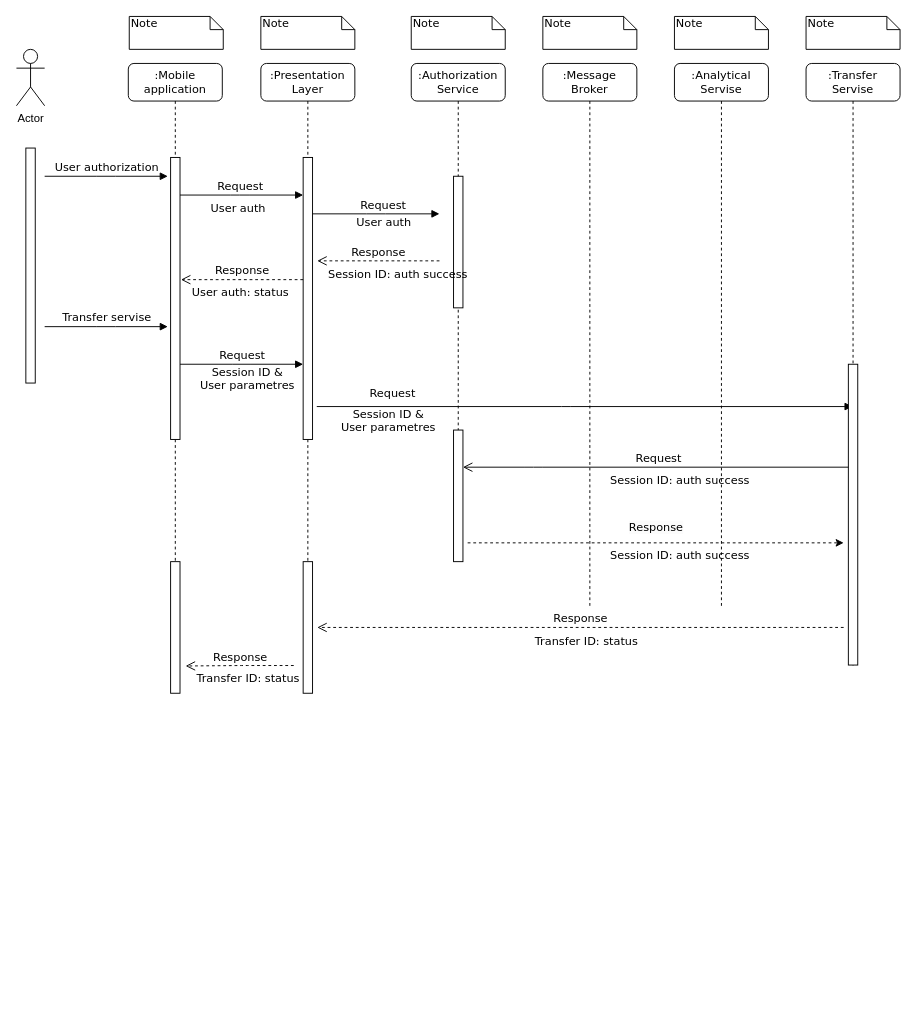
This is page "Sequence Diagram" (1 of 2) of Диаграмма без названия.drawio from baldalerie/-, a draw.io file, before an edit. Source tidied: cells renumbered, new cells numbered last; positions are measured from the earlier drawing's top-left corner, leaving out a move shared by most shapes. Both pictures are drawn from the tidied source at 94%, with x=0, y=0 at pixel (16, 16).
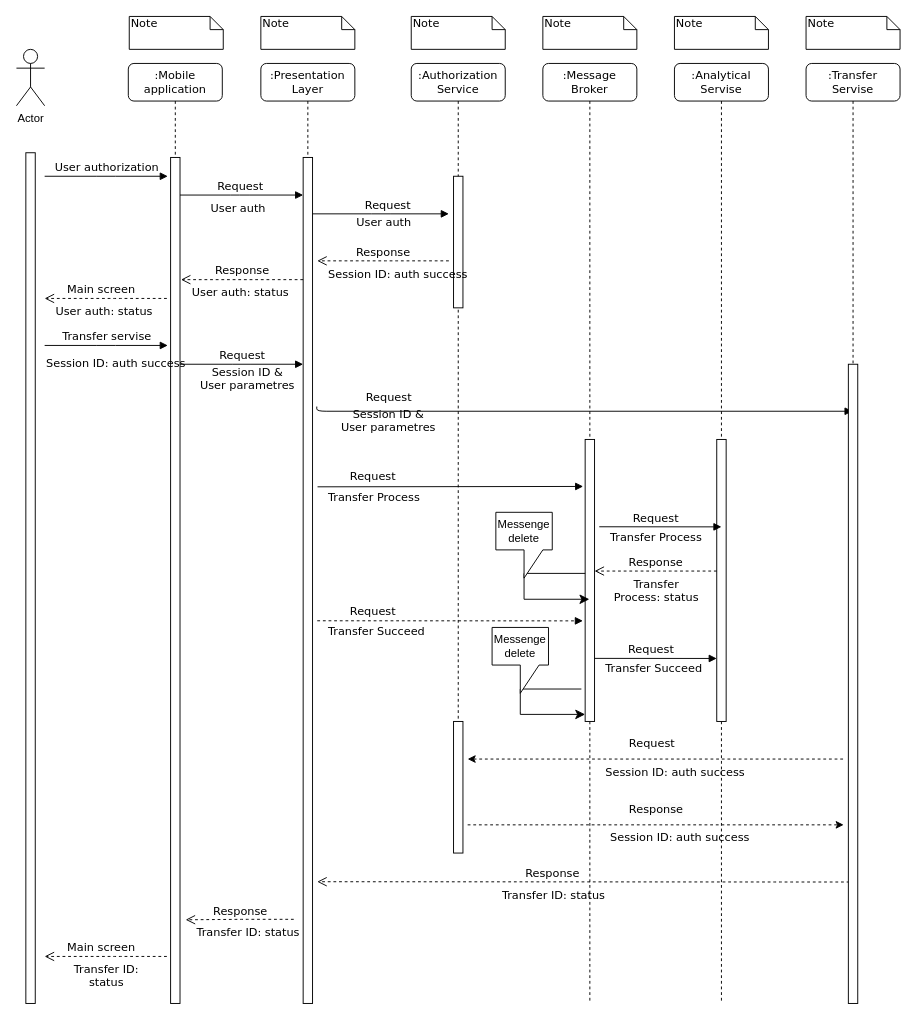
Above is the later version.

Change to the diagram source:
```diff
@@
     <mxCell id="2" value=":Presentation Layer" style="shape=umlLifeline;perimeter=lifelinePerimeter;whiteSpace=wrap;html=1;rounded=1;shadow=0;comic=0;labelBackgroundColor=none;strokeWidth=1;fontFamily=Verdana;fontSize=12;align=center;" parent="1" vertex="1">
-      <mxGeometry x="260" y="50" width="100" height="670" as="geometry" />
+      <mxGeometry x="260" y="50" width="100" height="1000" as="geometry" />
     </mxCell>
     <mxCell id="3" style="html=1;perimeter=orthogonalPerimeter;rounded=0;shadow=0;comic=0;labelBackgroundColor=none;strokeWidth=1;fontFamily=Verdana;fontSize=12;align=center;" parent="2" vertex="1">
-      <mxGeometry x="45" y="100" width="10" height="300" as="geometry" />
+      <mxGeometry x="45" y="100" width="10" height="900" as="geometry" />
     </mxCell>
@@
-    <mxCell id="8" style="html=1;perimeter=orthogonalPerimeter;rounded=0;shadow=0;comic=0;labelBackgroundColor=none;strokeWidth=1;fontFamily=Verdana;fontSize=12;align=center;" parent="2" vertex="1">
-      <mxGeometry x="45" y="530" width="10" height="140" as="geometry" />
-    </mxCell>
     <mxCell id="9" value=":Authorization Service" style="shape=umlLifeline;perimeter=lifelinePerimeter;whiteSpace=wrap;html=1;rounded=1;shadow=0;comic=0;labelBackgroundColor=none;strokeWidth=1;fontFamily=Verdana;fontSize=12;align=center;" parent="1" vertex="1">
-      <mxGeometry x="420" y="50" width="100" height="530" as="geometry" />
+      <mxGeometry x="420" y="50" width="100" height="830" as="geometry" />
     </mxCell>
@@
     <mxCell id="11" value="Response" style="html=1;verticalAlign=bottom;endArrow=open;dashed=1;endSize=8;labelBackgroundColor=none;fontFamily=Verdana;fontSize=12;edgeStyle=elbowEdgeStyle;elbow=horizontal;" parent="9" edge="1">
       <mxGeometry relative="1" as="geometry">
-        <mxPoint x="30" y="210" as="sourcePoint" />
+        <mxPoint x="40" y="210" as="sourcePoint" />
         <mxPoint x="-100" y="210" as="targetPoint" />
         <Array as="points">
           <mxPoint x="-25" y="210" />
           <mxPoint x="5" y="210" />
         </Array>
       </mxGeometry>
     </mxCell>
@@
     <mxCell id="13" value="Request" style="html=1;verticalAlign=bottom;endArrow=block;labelBackgroundColor=none;fontFamily=Verdana;fontSize=12;edgeStyle=elbowEdgeStyle;elbow=vertical;" parent="9" edge="1" target="19">
       <mxGeometry x="-0.72" y="5" relative="1" as="geometry">
         <mxPoint x="-100.5" y="365" as="sourcePoint" />
+        <Array as="points">
+          <mxPoint x="180" y="370" />
+        </Array>
       </mxGeometry>
     </mxCell>
+    <mxCell id="46" value="Request" style="html=1;verticalAlign=bottom;endArrow=block;labelBackgroundColor=none;fontFamily=Verdana;fontSize=12;edgeStyle=elbowEdgeStyle;elbow=vertical;entryX=-0.112;entryY=0.104;entryDx=0;entryDy=0;entryPerimeter=0;exitX=1.535;exitY=0.46;exitDx=0;exitDy=0;exitPerimeter=0;" parent="9" edge="1">
+      <mxGeometry x="-0.58" y="1" relative="1" as="geometry">
+        <mxPoint x="-99.7" y="450.4" as="sourcePoint" />
+        <mxPoint x="182.9" y="450" as="targetPoint" />
+      </mxGeometry>
+    </mxCell>
+    <mxCell id="15" value=":Message Broker" style="shape=umlLifeline;perimeter=lifelinePerimeter;whiteSpace=wrap;html=1;outlineConnect=0;rounded=1;shadow=0;comic=0;labelBackgroundColor=none;strokeWidth=1;fontFamily=Verdana;fontSize=12;align=center;" parent="1" vertex="1">
+      <mxGeometry x="560" y="50" width="100" height="1000" as="geometry" />
+    </mxCell>
+    <mxCell id="47" style="html=1;points=[];perimeter=orthogonalPerimeter;rounded=0;shadow=0;comic=0;labelBackgroundColor=none;strokeWidth=1;fontFamily=Verdana;fontSize=12;align=center;" parent="15" vertex="1">
+      <mxGeometry x="45" y="400" width="10" height="300" as="geometry" />
+    </mxCell>
+    <mxCell id="41" value="&lt;span style=&quot;caret-color: rgb(0, 0, 0); color: rgb(0, 0, 0); font-family: Verdana; font-size: 12px; font-style: normal; font-variant-caps: normal; font-weight: 400; letter-spacing: normal; orphans: auto; text-align: center; text-indent: 0px; text-transform: none; white-space: nowrap; widows: auto; word-spacing: 0px; -webkit-text-stroke-width: 0px; background-color: rgb(251, 251, 251); text-decoration: none; display: inline !important; float: none;&quot;&gt;Response&lt;/span&gt;" style="text;whiteSpace=wrap;html=1;" parent="15" vertex="1">
+      <mxGeometry x="90" y="780" width="90" height="40" as="geometry" />
+    </mxCell>
+    <mxCell id="44" value="Response" style="html=1;verticalAlign=bottom;endArrow=open;dashed=1;endSize=8;labelBackgroundColor=none;fontFamily=Verdana;fontSize=12;edgeStyle=elbowEdgeStyle;elbow=horizontal;" parent="15" edge="1">
+      <mxGeometry relative="1" as="geometry">
+        <mxPoint x="-265" y="910.5" as="sourcePoint" />
+        <mxPoint x="-380" y="911" as="targetPoint" />
+        <Array as="points">
+          <mxPoint x="-320" y="910.5" />
+          <mxPoint x="-290" y="910.5" />
+        </Array>
+      </mxGeometry>
+    </mxCell>
+    <mxCell id="45" value="&lt;div style=&quot;text-align: center;&quot;&gt;&lt;font face=&quot;Verdana&quot;&gt;&lt;span style=&quot;text-wrap: nowrap;&quot;&gt;Transfer&amp;nbsp;ID: status&lt;/span&gt;&lt;/font&gt;&lt;/div&gt;" style="text;whiteSpace=wrap;html=1;" parent="15" vertex="1">
+      <mxGeometry x="-370" y="910.5" width="110" height="39.5" as="geometry" />
+    </mxCell>
+    <mxCell id="48" value="Main screen" style="html=1;verticalAlign=bottom;endArrow=open;dashed=1;endSize=8;labelBackgroundColor=none;fontFamily=Verdana;fontSize=12;edgeStyle=elbowEdgeStyle;elbow=horizontal;" parent="15" edge="1">
+      <mxGeometry x="0.08" relative="1" as="geometry">
+        <mxPoint x="-400" y="950" as="sourcePoint" />
+        <mxPoint x="-530" y="950" as="targetPoint" />
+        <Array as="points">
+          <mxPoint x="-455" y="950" />
+          <mxPoint x="-425" y="950" />
+        </Array>
+      </mxGeometry>
+    </mxCell>
+    <mxCell id="21" value="Response" style="html=1;verticalAlign=bottom;endArrow=open;dashed=1;endSize=8;labelBackgroundColor=none;fontFamily=Verdana;fontSize=12;edgeStyle=elbowEdgeStyle;elbow=horizontal;exitX=0.124;exitY=0.83;exitDx=0;exitDy=0;exitPerimeter=0;" parent="15" edge="1">
+      <mxGeometry x="0.12" relative="1" as="geometry">
+        <mxPoint x="326.2" y="870.8" as="sourcePoint" />
+        <mxPoint x="-240" y="870.5" as="targetPoint" />
+        <Array as="points">
+          <mxPoint x="255" y="870.5" />
+          <mxPoint x="285" y="870.5" />
+        </Array>
+      </mxGeometry>
+    </mxCell>
+    <mxCell id="43" value="&lt;div style=&quot;text-align: center;&quot;&gt;&lt;font face=&quot;Verdana&quot;&gt;&lt;span style=&quot;text-wrap: nowrap;&quot;&gt;Transfer&amp;nbsp;ID: status&lt;/span&gt;&lt;/font&gt;&lt;/div&gt;" style="text;whiteSpace=wrap;html=1;" parent="15" vertex="1">
+      <mxGeometry x="-45.4" y="871" width="110" height="39.5" as="geometry" />
+    </mxCell>
-    <mxCell id="14" style="html=1;perimeter=orthogonalPerimeter;rounded=0;shadow=0;comic=0;labelBackgroundColor=none;strokeWidth=1;fontFamily=Verdana;fontSize=12;align=center;" parent="9" vertex="1">
-      <mxGeometry x="45" y="390" width="10" height="140" as="geometry" />
+    <mxCell id="14" style="html=1;perimeter=orthogonalPerimeter;rounded=0;shadow=0;comic=0;labelBackgroundColor=none;strokeWidth=1;fontFamily=Verdana;fontSize=12;align=center;" parent="15" vertex="1">
+      <mxGeometry x="-95" y="700" width="10" height="140" as="geometry" />
     </mxCell>
-    <mxCell id="15" value=":Message Broker" style="shape=umlLifeline;perimeter=lifelinePerimeter;whiteSpace=wrap;html=1;outlineConnect=0;rounded=1;shadow=0;comic=0;labelBackgroundColor=none;strokeWidth=1;fontFamily=Verdana;fontSize=12;align=center;" parent="1" vertex="1">
-      <mxGeometry x="560" y="50" width="100" height="580" as="geometry" />
-    </mxCell>
-    <mxCell id="16" value="Request" style="html=1;verticalAlign=bottom;endArrow=open;endSize=8;labelBackgroundColor=none;fontFamily=Verdana;fontSize=12;edgeStyle=elbowEdgeStyle;elbow=horizontal;" parent="15" edge="1" source="19">
-      <mxGeometry relative="1" as="geometry">
-        <mxPoint x="-85" y="429.5" as="targetPoint" />
-        <Array as="points">
-          <mxPoint x="-10" y="429.5" />
-          <mxPoint x="20" y="429.5" />
-        </Array>
-      </mxGeometry>
-    </mxCell>
+    <mxCell id="49" value="&lt;div style=&quot;text-align: center;&quot;&gt;&lt;font face=&quot;Verdana&quot;&gt;&lt;span style=&quot;text-wrap: nowrap;&quot;&gt;Session ID: auth&amp;nbsp;&lt;/span&gt;success&lt;/font&gt;&lt;/div&gt;" style="text;whiteSpace=wrap;html=1;" parent="15" vertex="1">
+      <mxGeometry x="64.6" y="740" width="110" height="40" as="geometry" />
+    </mxCell>
+    <mxCell id="50" style="edgeStyle=elbowEdgeStyle;elbow=horizontal;endArrow=classic;html=1;curved=0;rounded=0;endSize=8;startSize=8;exitX=0.006;exitY=0.475;exitDx=0;exitDy=0;exitPerimeter=0;" parent="15" edge="1" source="47" target="15">
+      <mxGeometry relative="1" as="geometry">
+        <Array as="points">
+          <mxPoint x="-20" y="570" />
+        </Array>
+      </mxGeometry>
+    </mxCell>
     <mxCell id="17" value=":Analytical Servise" style="shape=umlLifeline;perimeter=lifelinePerimeter;whiteSpace=wrap;html=1;rounded=1;shadow=0;comic=0;labelBackgroundColor=none;strokeWidth=1;fontFamily=Verdana;fontSize=12;align=center;" parent="1" vertex="1">
-      <mxGeometry x="700" y="50" width="100" height="580" as="geometry" />
+      <mxGeometry x="700" y="50" width="100" height="1000" as="geometry" />
     </mxCell>
+    <mxCell id="51" style="html=1;perimeter=orthogonalPerimeter;rounded=0;shadow=0;comic=0;labelBackgroundColor=none;strokeWidth=1;fontFamily=Verdana;fontSize=12;align=center;" parent="17" vertex="1">
+      <mxGeometry x="45" y="400" width="10" height="300" as="geometry" />
+    </mxCell>
+    <mxCell id="52" value="Response" style="html=1;verticalAlign=bottom;endArrow=open;dashed=1;endSize=8;labelBackgroundColor=none;fontFamily=Verdana;fontSize=12;edgeStyle=elbowEdgeStyle;elbow=horizontal;" parent="17" edge="1">
+      <mxGeometry relative="1" as="geometry">
+        <mxPoint x="45" y="540" as="sourcePoint" />
+        <mxPoint x="-85" y="540" as="targetPoint" />
+        <Array as="points">
+          <mxPoint x="-10" y="540" />
+          <mxPoint x="20" y="540" />
+        </Array>
+      </mxGeometry>
+    </mxCell>
+    <mxCell id="53" value="&lt;div style=&quot;text-align: center;&quot;&gt;&lt;span style=&quot;font-family: Verdana;&quot;&gt;Transfer Process&lt;/span&gt;&lt;font face=&quot;Verdana&quot;&gt;:&amp;nbsp;status&lt;/font&gt;&lt;/div&gt;" style="text;whiteSpace=wrap;html=1;" parent="17" vertex="1">
+      <mxGeometry x="-75" y="540" width="110" height="30" as="geometry" />
+    </mxCell>
+    <mxCell id="54" style="endArrow=none;html=1;rounded=0;dashed=1;startArrow=classic;startFill=1;endFill=0;" parent="17" edge="1">
+      <mxGeometry relative="1" as="geometry">
+        <mxPoint x="-220" y="740" as="sourcePoint" />
+        <mxPoint x="180" y="740" as="targetPoint" />
+      </mxGeometry>
+    </mxCell>
+    <mxCell id="55" value="&lt;span style=&quot;font-family: Verdana; text-align: center; white-space: nowrap;&quot;&gt;Request&lt;/span&gt;" style="text;whiteSpace=wrap;html=1;" parent="17" vertex="1">
+      <mxGeometry x="-50" y="710" width="90" height="40" as="geometry" />
+    </mxCell>
     <mxCell id="18" style="endArrow=classic;html=1;rounded=0;dashed=1;" parent="17" edge="1">
       <mxGeometry relative="1" as="geometry">
-        <mxPoint x="-220" y="510" as="sourcePoint" />
-        <mxPoint x="180" y="510" as="targetPoint" />
+        <mxPoint x="-220" y="810" as="sourcePoint" />
+        <mxPoint x="180" y="810" as="targetPoint" />
       </mxGeometry>
     </mxCell>
+    <mxCell id="42" value="&lt;div style=&quot;text-align: center;&quot;&gt;&lt;font face=&quot;Verdana&quot;&gt;&lt;span style=&quot;text-wrap: nowrap;&quot;&gt;Session ID: auth&amp;nbsp;&lt;/span&gt;success&lt;/font&gt;&lt;/div&gt;" style="text;whiteSpace=wrap;html=1;" parent="17" vertex="1">
+      <mxGeometry x="-70" y="810" width="110" height="40" as="geometry" />
+    </mxCell>
     <mxCell id="19" value=":Transfer Servise" style="shape=umlLifeline;perimeter=lifelinePerimeter;whiteSpace=wrap;html=1;outlineConnect=0;rounded=1;shadow=0;comic=0;labelBackgroundColor=none;strokeWidth=1;fontFamily=Verdana;fontSize=12;align=center;" parent="1" vertex="1">
-      <mxGeometry x="840" y="50" width="100" height="640.5" as="geometry" />
+      <mxGeometry x="840" y="50" width="100" height="1000" as="geometry" />
     </mxCell>
     <mxCell id="20" style="html=1;perimeter=orthogonalPerimeter;rounded=0;shadow=0;comic=0;labelBackgroundColor=none;strokeWidth=1;fontFamily=Verdana;fontSize=12;align=center;" parent="19" vertex="1">
-      <mxGeometry x="45" y="320" width="10" height="320" as="geometry" />
+      <mxGeometry x="45" y="320" width="10" height="680" as="geometry" />
     </mxCell>
-    <mxCell id="21" value="Response" style="html=1;verticalAlign=bottom;endArrow=open;dashed=1;endSize=8;labelBackgroundColor=none;fontFamily=Verdana;fontSize=12;edgeStyle=elbowEdgeStyle;elbow=horizontal;" parent="19" edge="1">
-      <mxGeometry relative="1" as="geometry">
-        <mxPoint x="40" y="600" as="sourcePoint" />
-        <mxPoint x="-520" y="600" as="targetPoint" />
-        <Array as="points">
-          <mxPoint x="-15" y="600" />
-          <mxPoint x="15" y="600" />
-        </Array>
-      </mxGeometry>
-    </mxCell>
     <mxCell id="22" value=":Mobile application" style="shape=umlLifeline;perimeter=lifelinePerimeter;whiteSpace=wrap;html=1;rounded=1;shadow=0;comic=0;labelBackgroundColor=none;strokeWidth=1;fontFamily=Verdana;fontSize=12;align=center;" parent="1" vertex="1">
-      <mxGeometry x="119" y="50" width="100" height="670" as="geometry" />
+      <mxGeometry x="119" y="50" width="100" height="1000" as="geometry" />
     </mxCell>
     <mxCell id="23" style="html=1;perimeter=orthogonalPerimeter;rounded=0;shadow=0;comic=0;labelBackgroundColor=none;strokeWidth=1;fontFamily=Verdana;fontSize=12;align=center;" parent="22" vertex="1">
-      <mxGeometry x="45" y="100" width="10" height="300" as="geometry" />
+      <mxGeometry x="45" y="100" width="10" height="900" as="geometry" />
     </mxCell>
-    <mxCell id="24" style="html=1;perimeter=orthogonalPerimeter;rounded=0;shadow=0;comic=0;labelBackgroundColor=none;strokeWidth=1;fontFamily=Verdana;fontSize=12;align=center;" parent="22" vertex="1">
-      <mxGeometry x="45" y="530" width="10" height="140" as="geometry" />
-    </mxCell>
     <mxCell id="25" value="Request" style="html=1;verticalAlign=bottom;endArrow=block;labelBackgroundColor=none;fontFamily=Verdana;fontSize=12;edgeStyle=elbowEdgeStyle;elbow=vertical;" parent="1" edge="1">
       <mxGeometry x="0.11" relative="1" as="geometry">
         <mxPoint x="315" y="210" as="sourcePoint" />
-        <mxPoint x="450" y="210" as="targetPoint" />
+        <mxPoint x="460" y="210" as="targetPoint" />
       </mxGeometry>
     </mxCell>
@@
     <mxCell id="33" style="html=1;perimeter=orthogonalPerimeter;rounded=0;shadow=0;comic=0;labelBackgroundColor=none;strokeWidth=1;fontFamily=Verdana;fontSize=12;align=center;" parent="1" vertex="1">
-      <mxGeometry x="10" y="140" width="10" height="250" as="geometry" />
+      <mxGeometry x="10" y="145" width="10" height="905" as="geometry" />
     </mxCell>
@@
     <mxCell id="36" value="&lt;div style=&quot;text-align: center;&quot;&gt;&lt;font face=&quot;Verdana&quot;&gt;User auth&lt;/font&gt;&lt;/div&gt;" style="text;whiteSpace=wrap;html=1;" parent="1" vertex="1">
-      <mxGeometry x="360" y="205" width="75" height="30" as="geometry" />
+      <mxGeometry x="360" y="205" width="70" height="30" as="geometry" />
     </mxCell>
     <mxCell id="37" value="Transfer servise" style="html=1;verticalAlign=bottom;endArrow=block;entryX=0;entryY=0;labelBackgroundColor=none;fontFamily=Verdana;fontSize=12;edgeStyle=elbowEdgeStyle;elbow=vertical;" parent="1" edge="1">
       <mxGeometry x="0.01" relative="1" as="geometry">
-        <mxPoint x="30" y="330" as="sourcePoint" />
-        <mxPoint x="161" y="330" as="targetPoint" />
+        <mxPoint x="30" y="350" as="sourcePoint" />
+        <mxPoint x="161" y="350" as="targetPoint" />
       </mxGeometry>
     </mxCell>
@@
+    <mxCell id="56" value="&lt;div style=&quot;text-align: center;&quot;&gt;&lt;font face=&quot;Verdana&quot;&gt;User auth:&amp;nbsp;status&lt;/font&gt;&lt;/div&gt;" style="text;whiteSpace=wrap;html=1;" parent="1" vertex="1">
+      <mxGeometry x="40" y="300" width="110" height="30" as="geometry" />
+    </mxCell>
+    <mxCell id="57" value="Main screen" style="html=1;verticalAlign=bottom;endArrow=open;dashed=1;endSize=8;labelBackgroundColor=none;fontFamily=Verdana;fontSize=12;edgeStyle=elbowEdgeStyle;elbow=horizontal;" parent="1" edge="1">
+      <mxGeometry x="0.08" relative="1" as="geometry">
+        <mxPoint x="160" y="300" as="sourcePoint" />
+        <mxPoint x="30" y="300" as="targetPoint" />
+        <Array as="points">
+          <mxPoint x="105" y="300" />
+          <mxPoint x="135" y="300" />
+        </Array>
+      </mxGeometry>
+    </mxCell>
+    <mxCell id="58" value="&lt;div style=&quot;text-align: center;&quot;&gt;&lt;span style=&quot;font-family: Verdana;&quot;&gt;Transfer&amp;nbsp;ID: status&lt;/span&gt;&lt;br&gt;&lt;/div&gt;" style="text;whiteSpace=wrap;html=1;" parent="1" vertex="1">
+      <mxGeometry x="40" y="1000" width="110" height="30" as="geometry" />
+    </mxCell>
+    <mxCell id="59" value="&lt;div style=&quot;text-align: center;&quot;&gt;&lt;font face=&quot;Verdana&quot;&gt;Transfer Process&lt;/font&gt;&lt;/div&gt;" style="text;whiteSpace=wrap;html=1;" parent="1" vertex="1">
+      <mxGeometry x="330" y="497.5" width="110" height="30" as="geometry" />
+    </mxCell>
+    <mxCell id="60" value="Request" style="html=1;verticalAlign=bottom;endArrow=block;labelBackgroundColor=none;fontFamily=Verdana;fontSize=12;edgeStyle=elbowEdgeStyle;elbow=vertical;exitX=1.535;exitY=0.46;exitDx=0;exitDy=0;exitPerimeter=0;" parent="1" edge="1">
+      <mxGeometry x="-0.08" relative="1" as="geometry">
+        <mxPoint x="620" y="542.9" as="sourcePoint" />
+        <mxPoint x="750" y="543" as="targetPoint" />
+      </mxGeometry>
+    </mxCell>
+    <mxCell id="61" value="&lt;div style=&quot;text-align: center;&quot;&gt;&lt;font face=&quot;Verdana&quot;&gt;Transfer Process&lt;/font&gt;&lt;/div&gt;" style="text;whiteSpace=wrap;html=1;" parent="1" vertex="1">
+      <mxGeometry x="629.6" y="540" width="110" height="30" as="geometry" />
+    </mxCell>
     <mxCell id="40" value="&lt;div style=&quot;text-align: center;&quot;&gt;&lt;font face=&quot;Verdana&quot;&gt;&lt;span style=&quot;text-wrap: nowrap;&quot;&gt;Session ID: auth&amp;nbsp;&lt;/span&gt;success&lt;/font&gt;&lt;/div&gt;" style="text;whiteSpace=wrap;html=1;" parent="1" vertex="1">
-      <mxGeometry x="630" y="480" width="110" height="40" as="geometry" />
+      <mxGeometry x="30" y="355" width="110" height="40" as="geometry" />
     </mxCell>
-    <mxCell id="41" value="&lt;span style=&quot;caret-color: rgb(0, 0, 0); color: rgb(0, 0, 0); font-family: Verdana; font-size: 12px; font-style: normal; font-variant-caps: normal; font-weight: 400; letter-spacing: normal; orphans: auto; text-align: center; text-indent: 0px; text-transform: none; white-space: nowrap; widows: auto; word-spacing: 0px; -webkit-text-stroke-width: 0px; background-color: rgb(251, 251, 251); text-decoration: none; display: inline !important; float: none;&quot;&gt;Response&lt;/span&gt;" style="text;whiteSpace=wrap;html=1;" parent="1" vertex="1">
-      <mxGeometry x="650" y="530" width="90" height="40" as="geometry" />
-    </mxCell>
-    <mxCell id="42" value="&lt;div style=&quot;text-align: center;&quot;&gt;&lt;font face=&quot;Verdana&quot;&gt;&lt;span style=&quot;text-wrap: nowrap;&quot;&gt;Session ID: auth&amp;nbsp;&lt;/span&gt;success&lt;/font&gt;&lt;/div&gt;" style="text;whiteSpace=wrap;html=1;" parent="1" vertex="1">
-      <mxGeometry x="630" y="560" width="110" height="40" as="geometry" />
-    </mxCell>
-    <mxCell id="43" value="&lt;div style=&quot;text-align: center;&quot;&gt;&lt;font face=&quot;Verdana&quot;&gt;&lt;span style=&quot;text-wrap: nowrap;&quot;&gt;Transfer&amp;nbsp;ID: status&lt;/span&gt;&lt;/font&gt;&lt;/div&gt;" style="text;whiteSpace=wrap;html=1;" parent="1" vertex="1">
-      <mxGeometry x="550" y="651" width="110" height="39.5" as="geometry" />
-    </mxCell>
-    <mxCell id="44" value="Response" style="html=1;verticalAlign=bottom;endArrow=open;dashed=1;endSize=8;labelBackgroundColor=none;fontFamily=Verdana;fontSize=12;edgeStyle=elbowEdgeStyle;elbow=horizontal;" parent="1" edge="1">
-      <mxGeometry relative="1" as="geometry">
-        <mxPoint x="295" y="690.5" as="sourcePoint" />
-        <mxPoint x="180" y="691" as="targetPoint" />
-        <Array as="points">
-          <mxPoint x="240" y="690.5" />
-          <mxPoint x="270" y="690.5" />
-        </Array>
-      </mxGeometry>
-    </mxCell>
-    <mxCell id="45" value="&lt;div style=&quot;text-align: center;&quot;&gt;&lt;font face=&quot;Verdana&quot;&gt;&lt;span style=&quot;text-wrap: nowrap;&quot;&gt;Transfer&amp;nbsp;ID: status&lt;/span&gt;&lt;/font&gt;&lt;/div&gt;" style="text;whiteSpace=wrap;html=1;" parent="1" vertex="1">
-      <mxGeometry x="190" y="690.5" width="110" height="39.5" as="geometry" />
-    </mxCell>
+    <mxCell id="62" value="&lt;div style=&quot;text-align: center;&quot;&gt;&lt;font face=&quot;Verdana&quot;&gt;Transfer Succeed&lt;/font&gt;&lt;/div&gt;" style="text;whiteSpace=wrap;html=1;" parent="1" vertex="1">
+      <mxGeometry x="329.6" y="640" width="110" height="30" as="geometry" />
+    </mxCell>
+    <mxCell id="63" value="Request" style="html=1;verticalAlign=bottom;endArrow=block;labelBackgroundColor=none;fontFamily=Verdana;fontSize=12;edgeStyle=elbowEdgeStyle;elbow=vertical;entryX=-0.112;entryY=0.104;entryDx=0;entryDy=0;entryPerimeter=0;exitX=1.535;exitY=0.46;exitDx=0;exitDy=0;exitPerimeter=0;dashed=1;" parent="1" edge="1">
+      <mxGeometry x="-0.58" y="1" relative="1" as="geometry">
+        <mxPoint x="320" y="642.9" as="sourcePoint" />
+        <mxPoint x="602.6" y="642.5" as="targetPoint" />
+      </mxGeometry>
+    </mxCell>
+    <mxCell id="64" value="Request" style="html=1;verticalAlign=bottom;endArrow=block;labelBackgroundColor=none;fontFamily=Verdana;fontSize=12;edgeStyle=elbowEdgeStyle;elbow=vertical;exitX=1.535;exitY=0.46;exitDx=0;exitDy=0;exitPerimeter=0;" parent="1" edge="1">
+      <mxGeometry x="-0.08" relative="1" as="geometry">
+        <mxPoint x="615" y="682.9" as="sourcePoint" />
+        <mxPoint x="745" y="683" as="targetPoint" />
+      </mxGeometry>
+    </mxCell>
+    <mxCell id="65" value="&lt;div style=&quot;text-align: center;&quot;&gt;&lt;span style=&quot;font-family: Verdana;&quot;&gt;Transfer Succeed&lt;/span&gt;&lt;br&gt;&lt;/div&gt;" style="text;whiteSpace=wrap;html=1;" parent="1" vertex="1">
+      <mxGeometry x="624.6" y="680" width="110" height="30" as="geometry" />
+    </mxCell>
+    <mxCell id="66" value="Messenge delete" style="shape=callout;whiteSpace=wrap;html=1;perimeter=calloutPerimeter;" parent="1" vertex="1">
+      <mxGeometry x="510" y="527.5" width="60" height="70" as="geometry" />
+    </mxCell>
+    <mxCell id="67" style="edgeStyle=elbowEdgeStyle;elbow=horizontal;endArrow=classic;html=1;curved=0;rounded=0;endSize=8;startSize=8;exitX=0.006;exitY=0.475;exitDx=0;exitDy=0;exitPerimeter=0;" parent="1" edge="1">
+      <mxGeometry relative="1" as="geometry">
+        <mxPoint x="601" y="715.5" as="sourcePoint" />
+        <mxPoint x="605" y="742.5" as="targetPoint" />
+        <Array as="points">
+          <mxPoint x="536" y="742.5" />
+        </Array>
+      </mxGeometry>
+    </mxCell>
+    <mxCell id="68" value="Messenge delete" style="shape=callout;whiteSpace=wrap;html=1;perimeter=calloutPerimeter;" parent="1" vertex="1">
+      <mxGeometry x="506" y="650" width="60" height="70" as="geometry" />
+    </mxCell>
```
